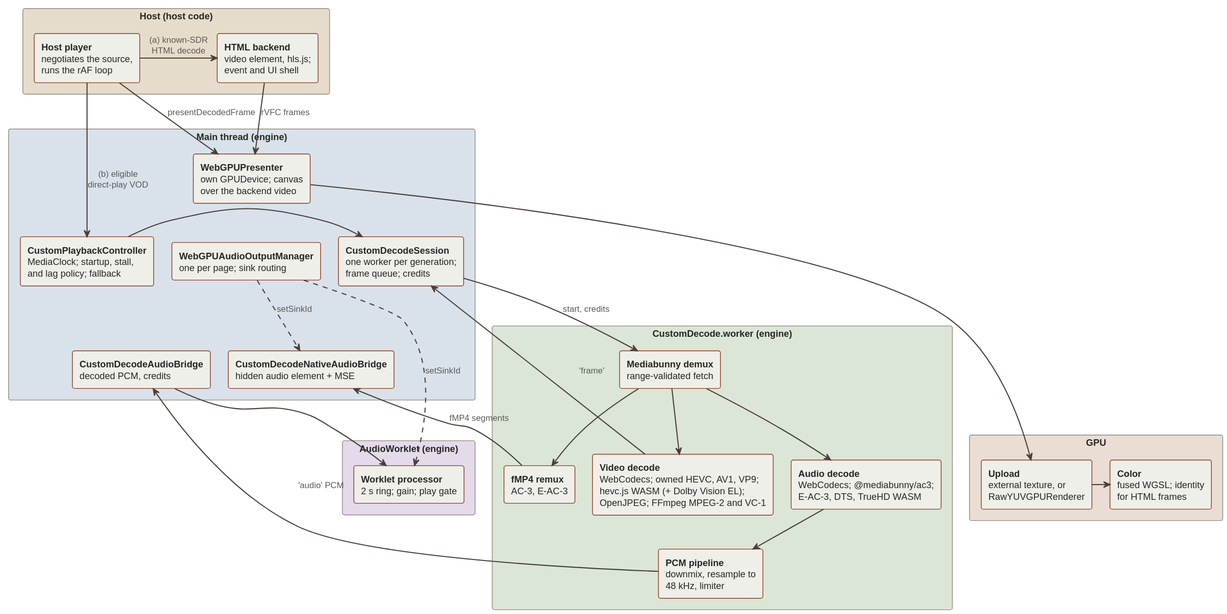
Before: docs/src/diagrams/architecture-layers.light.svg, a diagram exported from PlantUML (alchemyyy/WebGPU-Player).
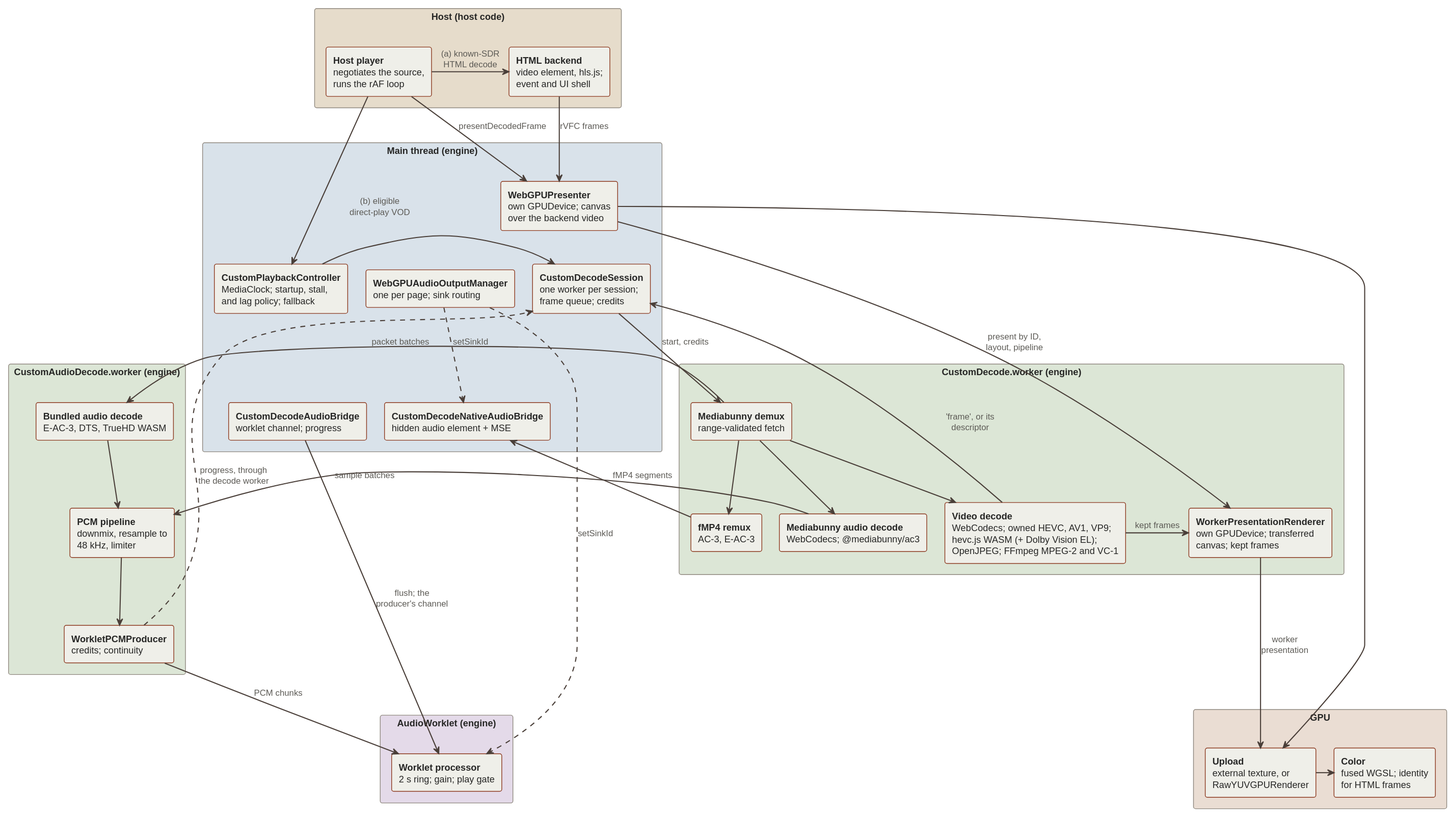
After the commit.

What changed in the source:
```diff
@@ -10,9 +10,9 @@
 
 rectangle "Main thread (engine)" $BOX_MAIN {
   rectangle "**CustomPlaybackController**\nMediaClock; startup, stall,\nand lag policy; fallback" as controller
-  rectangle "**CustomDecodeSession**\none worker per generation;\nframe queue; credits" as session
+  rectangle "**CustomDecodeSession**\none worker per session;\nframe queue; credits" as session
   rectangle "**WebGPUPresenter**\nown GPUDevice; canvas\nover the backend video" as presenter
-  rectangle "**CustomDecodeAudioBridge**\ndecoded PCM, credits" as pcmBridge
+  rectangle "**CustomDecodeAudioBridge**\nworklet channel; progress" as pcmBridge
   rectangle "**CustomDecodeNativeAudioBridge**\nhidden audio element + MSE" as nativeBridge
   rectangle "**WebGPUAudioOutputManager**\none per page; sink routing" as sinkManager
 }
@@ -20,9 +20,15 @@
 rectangle "CustomDecode.worker (engine)" $BOX_WORKER {
   rectangle "**Mediabunny demux**\nrange-validated fetch" as demux
   rectangle "**Video decode**\nWebCodecs; owned HEVC, AV1, VP9;\nhevc.js WASM (+ Dolby Vision EL);\nOpenJPEG; FFmpeg MPEG-2 and VC-1" as videoDecoders
-  rectangle "**Audio decode**\nWebCodecs; @mediabunny/ac3;\nE-AC-3, DTS, TrueHD WASM" as audioDecoders
+  rectangle "**Mediabunny audio decode**\nWebCodecs; @mediabunny/ac3" as audioDecoders
+  rectangle "**fMP4 remux**\nAC-3, E-AC-3" as remux
+  rectangle "**WorkerPresentationRenderer**\nown GPUDevice; transferred\ncanvas; kept frames" as workerRenderer
+}
+
+rectangle "CustomAudioDecode.worker (engine)" $BOX_WORKER {
+  rectangle "**Bundled audio decode**\nE-AC-3, DTS, TrueHD WASM" as bundledAudioDecoders
   rectangle "**PCM pipeline**\ndownmix, resample to\n48 kHz, limiter" as pcmPipeline
-  rectangle "**fMP4 remux**\nAC-3, E-AC-3" as remux
+  rectangle "**WorkletPCMProducer**\ncredits; continuity" as producer
 }
 
 rectangle "AudioWorklet (engine)" $BOX_WORKLET {
@@ -44,11 +50,18 @@
 demux -down-> videoDecoders
 demux -down-> audioDecoders
 demux -down-> remux
-audioDecoders -down-> pcmPipeline
-videoDecoders -up-> session : 'frame'
-pcmPipeline -up-> pcmBridge : 'audio' PCM
+demux -right-> bundledAudioDecoders : packet batches
+audioDecoders -right-> pcmPipeline : sample batches
+bundledAudioDecoders -down-> pcmPipeline
+pcmPipeline -down-> producer
+videoDecoders -up-> session : 'frame', or its\ndescriptor
+videoDecoders -right-> workerRenderer : kept frames
+presenter -down-> workerRenderer : present by ID,\nlayout, pipeline
+workerRenderer -right-> upload : worker\npresentation
+producer -down-> processor : PCM chunks
+producer ..> session : progress, through\nthe decode worker
 remux -up-> nativeBridge : fMP4 segments
-pcmBridge -down-> processor
+pcmBridge -down-> processor : flush; the\nproducer's channel
 presenter -right-> upload
 upload -right-> colorShader
 sinkManager ..> processor : setSinkId
```
